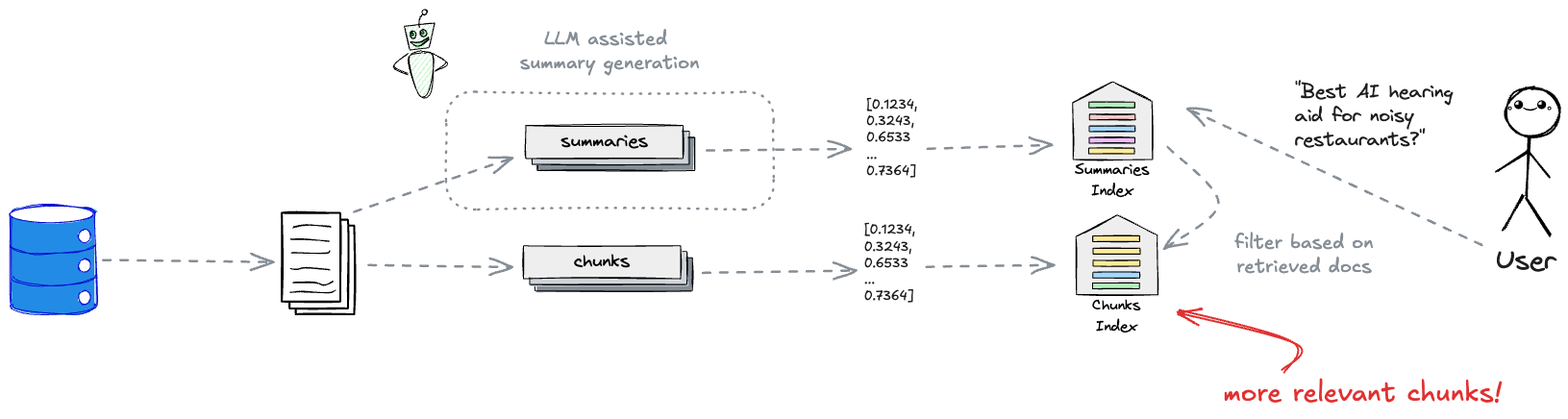
Earlier version of the Excalidraw export dotnetday-zurich-2025/graphics/hi.excalidraw.png (filipw/filipw.github.io). Source tidied: one line per element, renumbered; positions are measured from the earlier drawing's top-left corner, leaving out a move shared by most shapes.
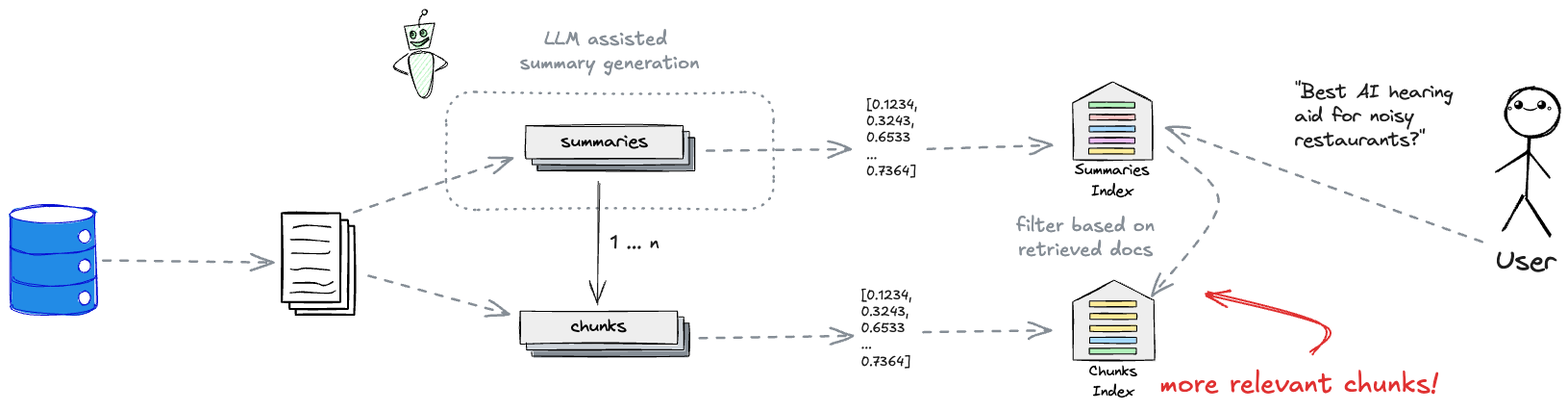
The same diagram one commit later.

The edit, as a diff of the source:
```diff
@@ -19,18 +19,18 @@
 {"id": 18, "type": "rectangle", "strokeColor": "#000000", "backgroundColor": "#ced4da", "fillStyle": "solid", "strokeWidth": 1, "roughness": 1, "x": 544, "y": 127, "width": 163, "height": 34}
 {"id": 19, "type": "rectangle", "strokeColor": "#000000", "backgroundColor": "#eeeeee", "fillStyle": "solid", "strokeWidth": 1, "roughness": 1, "x": 537, "y": 121, "width": 163, "height": 34}
 {"id": 20, "type": "text", "text": "summaries", "strokeColor": "#000000", "backgroundColor": "#ced4da", "fillStyle": "solid", "strokeWidth": 1, "roughness": 1, "fontSize": 19.01, "fontFamily": 1, "textAlign": "center", "x": 573, "y": 124, "width": 91, "height": 25}
-{"id": 21, "type": "rectangle", "strokeColor": "#000000", "backgroundColor": "#868e96", "fillStyle": "solid", "strokeWidth": 1, "roughness": 1, "x": 547, "y": 258, "width": 163, "height": 34}
+{"id": 21, "type": "rectangle", "strokeColor": "#000000", "backgroundColor": "#868e96", "fillStyle": "solid", "strokeWidth": 1, "roughness": 1, "x": 543, "y": 326, "width": 163, "height": 34}
-{"id": 22, "type": "rectangle", "strokeColor": "#000000", "backgroundColor": "#ced4da", "fillStyle": "solid", "strokeWidth": 1, "roughness": 1, "x": 541, "y": 252, "width": 163, "height": 34}
+{"id": 22, "type": "rectangle", "strokeColor": "#000000", "backgroundColor": "#ced4da", "fillStyle": "solid", "strokeWidth": 1, "roughness": 1, "x": 538, "y": 319, "width": 163, "height": 34}
-{"id": 23, "type": "rectangle", "strokeColor": "#000000", "backgroundColor": "#eeeeee", "fillStyle": "solid", "strokeWidth": 1, "roughness": 1, "x": 534, "y": 246, "width": 163, "height": 34}
+{"id": 23, "type": "rectangle", "strokeColor": "#000000", "backgroundColor": "#eeeeee", "fillStyle": "solid", "strokeWidth": 1, "roughness": 1, "x": 531, "y": 313, "width": 163, "height": 34}
-{"id": 24, "type": "text", "text": "chunks", "strokeColor": "#000000", "backgroundColor": "#ced4da", "fillStyle": "solid", "strokeWidth": 1, "roughness": 1, "fontSize": 19.01, "fontFamily": 1, "textAlign": "center", "x": 587, "y": 249, "width": 58, "height": 25}
+{"id": 24, "type": "text", "text": "chunks", "strokeColor": "#000000", "backgroundColor": "#ced4da", "fillStyle": "solid", "strokeWidth": 1, "roughness": 1, "fontSize": 19.01, "fontFamily": 1, "textAlign": "center", "x": 584, "y": 317, "width": 58, "height": 25}
 {"id": 25, "type": "arrow", "strokeColor": "#868e96", "strokeWidth": 2, "strokeStyle": "dashed", "roughness": 1, "endArrowhead": "arrow", "round": true, "from": 9, "to": 19, "x": 358, "y": 210, "width": 164, "height": 56, "points": [[0, 0], [164, -56]]}
-{"id": 26, "type": "arrow", "strokeColor": "#868e96", "strokeWidth": 2, "strokeStyle": "dashed", "roughness": 1, "endArrowhead": "arrow", "round": true, "from": 7, "to": 23, "x": 373, "y": 266, "width": 151, "height": 1, "points": [[0, 0], [151, 1]]}
+{"id": 26, "type": "arrow", "strokeColor": "#868e96", "strokeWidth": 2, "strokeStyle": "dashed", "roughness": 1, "endArrowhead": "arrow", "round": true, "from": 7, "to": 23, "x": 373, "y": 276, "width": 148, "height": 39, "points": [[0, 0], [148, 39]]}
 {"id": 27, "type": "text", "text": "[0.1234,\n0.3243,\n0.6533\n...\n0.7364]", "strokeColor": "#1e1e1e", "strokeWidth": 2, "roughness": 1, "fontSize": 13.73, "fontFamily": 5, "x": 891, "y": 91, "width": 54, "height": 86}
-{"id": 28, "type": "text", "text": "[0.1234,\n0.3243,\n0.6533\n...\n0.7364]", "strokeColor": "#1e1e1e", "strokeWidth": 2, "roughness": 1, "fontSize": 13.73, "fontFamily": 5, "x": 889, "y": 221, "width": 54, "height": 86}
+{"id": 28, "type": "text", "text": "[0.1234,\n0.3243,\n0.6533\n...\n0.7364]", "strokeColor": "#1e1e1e", "strokeWidth": 2, "roughness": 1, "fontSize": 13.73, "fontFamily": 5, "x": 885, "y": 289, "width": 54, "height": 86}
 {"id": 29, "type": "arrow", "strokeColor": "#868e96", "strokeWidth": 2, "strokeStyle": "dashed", "roughness": 1, "endArrowhead": "arrow", "round": true, "from": 17, "to": 27, "x": 725, "y": 146, "width": 151, "height": 1, "points": [[0, 0], [151, -1]]}
-{"id": 30, "type": "arrow", "strokeColor": "#868e96", "strokeWidth": 2, "strokeStyle": "dashed", "roughness": 1, "endArrowhead": "arrow", "round": true, "from": 21, "to": 28, "x": 722, "y": 274, "width": 159, "height": 3, "points": [[0, 0], [159, -3]]}
+{"id": 30, "type": "arrow", "strokeColor": "#868e96", "strokeWidth": 2, "strokeStyle": "dashed", "roughness": 1, "endArrowhead": "arrow", "round": true, "from": 21, "to": 28, "x": 718, "y": 341, "width": 159, "height": 3, "points": [[0, 0], [159, -3]]}
 {"id": 31, "type": "arrow", "strokeColor": "#868e96", "strokeWidth": 2, "strokeStyle": "dashed", "roughness": 1, "endArrowhead": "arrow", "round": true, "from": 27, "x": 955, "y": 144, "width": 128, "height": 2, "points": [[0, 0], [128, -2]]}
-{"id": 32, "type": "arrow", "strokeColor": "#868e96", "strokeWidth": 2, "strokeStyle": "dashed", "roughness": 1, "endArrowhead": "arrow", "round": true, "from": 28, "x": 952, "y": 269, "width": 135, "height": 2, "points": [[0, 0], [135, -2]]}
+{"id": 32, "type": "arrow", "strokeColor": "#868e96", "strokeWidth": 2, "strokeStyle": "dashed", "roughness": 1, "endArrowhead": "arrow", "round": true, "from": 28, "x": 949, "y": 336, "width": 135, "height": 2, "points": [[0, 0], [135, -2]]}
 {"id": 33, "type": "rectangle", "strokeColor": "#868e96", "strokeWidth": 2, "strokeStyle": "dotted", "roughness": 1, "round": true, "x": 454, "y": 86, "width": 341, "height": 123}
 {"id": 34, "type": "line", "strokeColor": "#000000", "backgroundColor": "#b2f2bb", "fillStyle": "hachure", "strokeWidth": 1, "roughness": 1, "x": 411, "y": 17, "width": 31, "height": 28, "points": [[0, 0], [6, 25], [26, 22], [31, -3], [0, 0]]}
 {"id": 35, "type": "line", "strokeColor": "#000000", "angle": 0.41, "backgroundColor": "#b2f2bb", "fillStyle": "hachure", "strokeWidth": 1, "roughness": 1, "round": true, "x": 429, "y": 18, "width": 3, "height": 13, "points": [[0, 0], [-3, -7], [-2, -13]]}
@@ -52,12 +52,12 @@
 {"id": 51, "type": "line", "strokeColor": "#000000", "backgroundColor": "#ced4da", "fillStyle": "solid", "strokeWidth": 2, "roughness": 1, "round": true, "x": 1578, "y": 146, "width": 23, "height": 28, "points": [[0, 0], [23, 28]]}
 {"id": 52, "type": "text", "text": "｡◕‿◕｡", "strokeColor": "#000000", "strokeWidth": 1, "roughness": 1, "fontSize": 15.28, "fontFamily": 1, "x": 1557, "y": 88, "width": 49, "height": 22}
 {"id": 53, "type": "text", "text": "User", "strokeColor": "#1e1e1e", "backgroundColor": "#b2f2bb", "fillStyle": "solid", "strokeWidth": 2, "roughness": 1, "fontSize": 28, "fontFamily": 1, "x": 1546, "y": 244, "width": 63, "height": 35}
-{"id": 54, "type": "arrow", "strokeColor": "#868e96", "backgroundColor": "#b2f2bb", "fillStyle": "solid", "strokeWidth": 2, "strokeStyle": "dashed", "roughness": 1, "endArrowhead": "arrow", "round": true, "from": 53, "x": 1531, "y": 244, "width": 306, "height": 140, "points": [[0, 0], [-306, -140]]}
+{"id": 54, "type": "arrow", "strokeColor": "#868e96", "backgroundColor": "#b2f2bb", "fillStyle": "solid", "strokeWidth": 2, "strokeStyle": "dashed", "roughness": 1, "endArrowhead": "arrow", "round": true, "from": 53, "x": 1532, "y": 241, "width": 328, "height": 117, "points": [[0, 0], [-328, -117]]}
 {"id": 55, "type": "text", "text": "\"Best AI hearing \naid for noisy \nrestaurants?\"", "strokeColor": "#1e1e1e", "backgroundColor": "#b2f2bb", "fillStyle": "solid", "strokeWidth": 2, "strokeStyle": "dashed", "roughness": 1, "fontSize": 20, "fontFamily": 1, "x": 1337, "y": 74, "width": 175, "height": 75}
-{"id": 56, "type": "text", "text": "more relevant chunks!", "strokeColor": "#e03131", "backgroundColor": "#b2f2bb", "fillStyle": "solid", "strokeWidth": 2, "strokeStyle": "dashed", "roughness": 1, "fontSize": 28, "fontFamily": 5, "textAlign": "center", "x": 1262, "y": 382, "width": 290, "height": 35}
+{"id": 56, "type": "text", "text": "more relevant chunks!", "strokeColor": "#e03131", "backgroundColor": "#b2f2bb", "fillStyle": "solid", "strokeWidth": 2, "strokeStyle": "dashed", "roughness": 1, "fontSize": 28, "fontFamily": 5, "textAlign": "center", "x": 1196, "y": 372, "width": 290, "height": 35}
-{"id": 57, "type": "arrow", "strokeColor": "#e03131", "backgroundColor": "#b2f2bb", "fillStyle": "solid", "strokeWidth": 2, "roughness": 2, "endArrowhead": "arrow", "round": true, "from": 56, "x": 1324, "y": 378, "width": 120, "height": 65, "points": [[0, 0], [12, -31], [-108, -65]]}
+{"id": 57, "type": "arrow", "strokeColor": "#e03131", "backgroundColor": "#b2f2bb", "fillStyle": "solid", "strokeWidth": 2, "roughness": 2, "endArrowhead": "arrow", "round": true, "from": 56, "x": 1353, "y": 359, "width": 120, "height": 65, "points": [[0, 0], [12, -31], [-108, -65]]}
-{"id": 58, "type": "arrow", "strokeColor": "#868e96", "backgroundColor": "#b2f2bb", "fillStyle": "solid", "strokeWidth": 2, "strokeStyle": "dashed", "roughness": 1, "endArrowhead": "arrow", "round": true, "x": 1206, "y": 144, "width": 55, "height": 105, "points": [[0, 0], [52, 58], [-4, 105]]}
+{"id": 58, "type": "arrow", "strokeColor": "#868e96", "backgroundColor": "#b2f2bb", "fillStyle": "solid", "strokeWidth": 2, "strokeStyle": "dashed", "roughness": 1, "endArrowhead": "arrow", "round": true, "x": 1206, "y": 144, "width": 68, "height": 154, "points": [[0, 0], [52, 58], [-16, 154]]}
-{"id": 59, "type": "text", "text": "filter based on\nretrieved docs", "strokeColor": "#868e96", "backgroundColor": "#b2f2bb", "fillStyle": "solid", "strokeWidth": 2, "strokeStyle": "dashed", "roughness": 1, "fontSize": 20, "fontFamily": 5, "textAlign": "center", "x": 1275, "y": 231, "width": 144, "height": 50}
+{"id": 59, "type": "text", "text": "filter based on\nretrieved docs", "strokeColor": "#868e96", "backgroundColor": "#b2f2bb", "fillStyle": "solid", "strokeWidth": 2, "strokeStyle": "dashed", "roughness": 1, "fontSize": 20, "fontFamily": 5, "textAlign": "center", "x": 1047, "y": 212, "width": 144, "height": 50}
 {"id": 60, "type": "line", "strokeColor": "#000000", "backgroundColor": "#eeeeee", "fillStyle": "solid", "strokeWidth": 1, "roughness": 1, "x": 1106, "y": 156, "width": 83, "height": 81, "points": [[0, 0], [83, 0], [82, -61], [41, -81], [-1, -59], [0, 0]]}
 {"id": 61, "type": "rectangle", "strokeColor": "#000000", "backgroundColor": "#b2f2bb", "fillStyle": "solid", "strokeWidth": 1, "roughness": 1, "x": 1123, "y": 96, "width": 48, "height": 6}
 {"id": 62, "type": "rectangle", "strokeColor": "#000000", "backgroundColor": "#ffc9c9", "fillStyle": "solid", "strokeWidth": 1, "roughness": 1, "x": 1123, "y": 109, "width": 48, "height": 6}
@@ -65,10 +65,12 @@
 {"id": 64, "type": "rectangle", "strokeColor": "#000000", "backgroundColor": "#eebefa", "fillStyle": "solid", "strokeWidth": 1, "roughness": 1, "x": 1123, "y": 133, "width": 48, "height": 6}
 {"id": 65, "type": "text", "text": "Summaries\nIndex", "strokeColor": "#000000", "backgroundColor": "#ced4da", "fillStyle": "solid", "strokeWidth": 1, "roughness": 1, "fontSize": 16, "fontFamily": 1, "textAlign": "center", "x": 1108, "y": 156, "width": 78, "height": 43}
 {"id": 66, "type": "rectangle", "strokeColor": "#000000", "backgroundColor": "#ffec99", "fillStyle": "solid", "strokeWidth": 1, "roughness": 1, "x": 1123, "y": 144, "width": 47, "height": 6}
-{"id": 67, "type": "line", "strokeColor": "#000000", "backgroundColor": "#eeeeee", "fillStyle": "solid", "strokeWidth": 1, "roughness": 1, "x": 1110, "y": 297, "width": 85, "height": 83, "points": [[0, 0], [85, 0], [84, -62], [42, -83], [-1, -61], [0, 0]]}
+{"id": 67, "type": "line", "strokeColor": "#000000", "backgroundColor": "#eeeeee", "fillStyle": "solid", "strokeWidth": 1, "roughness": 1, "x": 1106, "y": 364, "width": 85, "height": 83, "points": [[0, 0], [85, 0], [84, -62], [42, -83], [-1, -61], [0, 0]]}
-{"id": 68, "type": "rectangle", "strokeColor": "#000000", "backgroundColor": "#ffec99", "fillStyle": "solid", "strokeWidth": 1, "roughness": 1, "x": 1127, "y": 235, "width": 49, "height": 6}
+{"id": 68, "type": "rectangle", "strokeColor": "#000000", "backgroundColor": "#ffec99", "fillStyle": "solid", "strokeWidth": 1, "roughness": 1, "x": 1123, "y": 303, "width": 49, "height": 6}
-{"id": 69, "type": "rectangle", "strokeColor": "#000000", "backgroundColor": "#ffec99", "fillStyle": "solid", "strokeWidth": 1, "roughness": 1, "x": 1127, "y": 248, "width": 49, "height": 6}
+{"id": 69, "type": "rectangle", "strokeColor": "#000000", "backgroundColor": "#ffec99", "fillStyle": "solid", "strokeWidth": 1, "roughness": 1, "x": 1124, "y": 316, "width": 49, "height": 6}
-{"id": 70, "type": "rectangle", "strokeColor": "#000000", "backgroundColor": "#ffec99", "fillStyle": "solid", "strokeWidth": 1, "roughness": 1, "x": 1127, "y": 261, "width": 49, "height": 6}
+{"id": 70, "type": "rectangle", "strokeColor": "#000000", "backgroundColor": "#ffec99", "fillStyle": "solid", "strokeWidth": 1, "roughness": 1, "x": 1124, "y": 328, "width": 49, "height": 6}
-{"id": 71, "type": "rectangle", "strokeColor": "#000000", "backgroundColor": "#a5d8ff", "fillStyle": "solid", "strokeWidth": 1, "roughness": 1, "x": 1127, "y": 273, "width": 49, "height": 6}
+{"id": 71, "type": "rectangle", "strokeColor": "#000000", "backgroundColor": "#a5d8ff", "fillStyle": "solid", "strokeWidth": 1, "roughness": 1, "x": 1123, "y": 341, "width": 49, "height": 6}
-{"id": 72, "type": "text", "text": "Chunks\nIndex", "strokeColor": "#000000", "backgroundColor": "#ced4da", "fillStyle": "solid", "strokeWidth": 1, "roughness": 1, "fontSize": 15.77, "fontFamily": 1, "textAlign": "center", "x": 1126, "y": 298, "width": 51, "height": 43}
+{"id": 72, "type": "text", "text": "Chunks\nIndex", "strokeColor": "#000000", "backgroundColor": "#ced4da", "fillStyle": "solid", "strokeWidth": 1, "roughness": 1, "fontSize": 15.77, "fontFamily": 1, "textAlign": "center", "x": 1123, "y": 365, "width": 51, "height": 43}
-{"id": 73, "type": "rectangle", "strokeColor": "#000000", "backgroundColor": "#b2f2bb", "fillStyle": "solid", "strokeWidth": 1, "roughness": 1, "x": 1126, "y": 284, "width": 49, "height": 6}
+{"id": 73, "type": "rectangle", "strokeColor": "#000000", "backgroundColor": "#b2f2bb", "fillStyle": "solid", "strokeWidth": 1, "roughness": 1, "x": 1123, "y": 352, "width": 49, "height": 6}
+{"id": 74, "type": "arrow", "strokeColor": "#1e1e1e", "strokeWidth": 1, "roughness": 1, "endArrowhead": "arrow", "round": true, "from": 33, "to": 24, "x": 613, "y": 180, "width": 2, "height": 127, "points": [[0, 0], [-2, 127]]}
+{"id": 75, "type": "text", "text": "1 ... n", "strokeColor": "#1e1e1e", "strokeWidth": 1, "strokeStyle": "dashed", "roughness": 1, "fontSize": 20, "fontFamily": 5, "x": 625, "y": 230, "width": 51, "height": 25}
```
